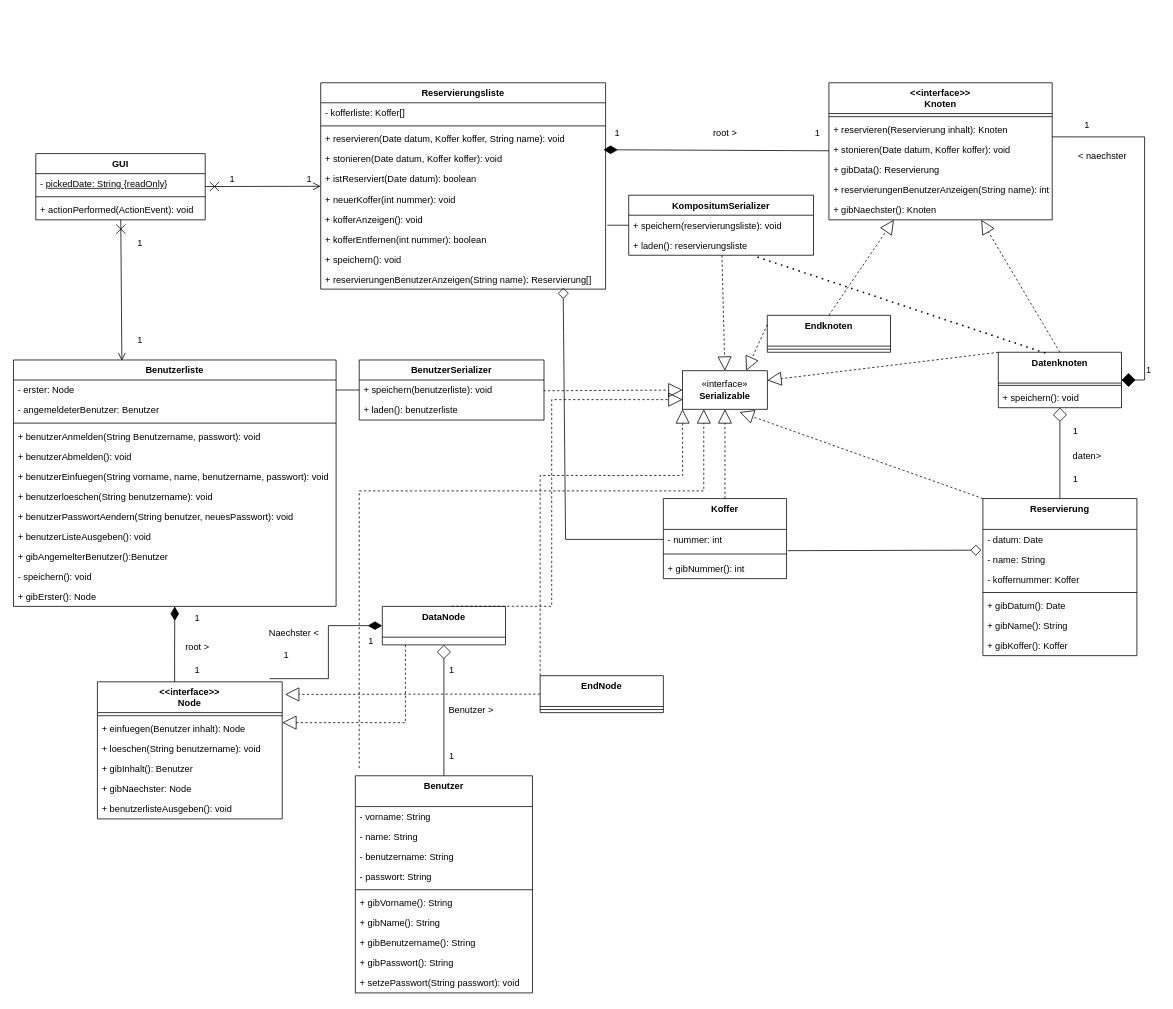
Klette80/Ipadkofferleihsystem keeps this draw.io diagram as Klassendiagramm.drawio. Above is the earlier version. Source tidied: cells renumbered, new cells numbered last; positions are measured from the earlier drawing's top-left corner, leaving out a move shared by most shapes. Both pictures are drawn from the tidied source at 77%, with x=0, y=0 at pixel (13, 82).
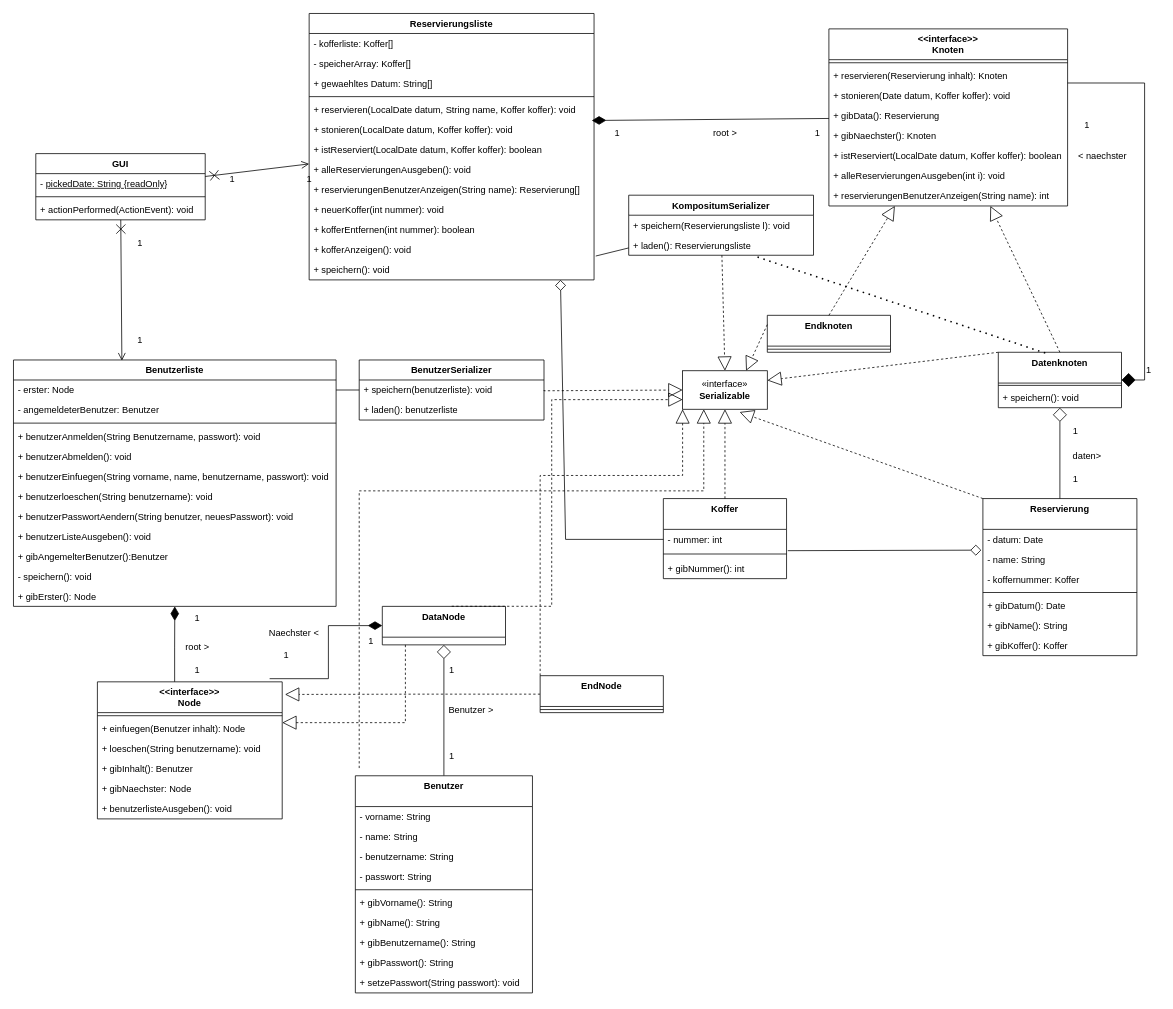
The same page after the edit.

The change refers to these unchanged cells:
```xml
<mxCell id="43" value="- nummer: int" style="text;strokeColor=none;fillColor=none;align=left;verticalAlign=top;spacingLeft=4;spacingRight=4;overflow=hidden;points=[[0,0.5],[1,0.5]];portConstraint=eastwest;" parent="42" vertex="1">
  <mxGeometry y="40" width="160" height="26" as="geometry" />
</mxCell>
<mxCell id="51" value="KompositumSerializer" style="swimlane;fontStyle=1;align=center;verticalAlign=top;horizontal=1;startSize=26;whiteSpace=wrap;html=1;" parent="1" vertex="1">
  <mxGeometry x="799" y="146" width="240" height="78" as="geometry" />
</mxCell>
```

What changed in the source:
```diff
@@
     <mxCell id="10" value="Reservierungsliste" style="swimlane;fontStyle=1;align=center;verticalAlign=top;horizontal=1;startSize=26;" parent="1" vertex="1">
-      <mxGeometry x="399" width="370" height="268" as="geometry" />
+      <mxGeometry x="384" y="-90" width="370" height="346" as="geometry" />
     </mxCell>
@@
+    <mxCell id="130" value="- speicherArray: Koffer[]" style="text;strokeColor=none;fillColor=none;align=left;verticalAlign=top;spacingLeft=4;spacingRight=4;overflow=hidden;" parent="10" vertex="1">
+      <mxGeometry y="52" width="370" height="26" as="geometry" />
+    </mxCell>
+    <mxCell id="131" value="+ gewaehltes Datum: String[]" style="text;strokeColor=none;fillColor=none;align=left;verticalAlign=top;spacingLeft=4;spacingRight=4;overflow=hidden;" parent="10" vertex="1">
+      <mxGeometry y="78" width="370" height="26" as="geometry" />
+    </mxCell>
     <mxCell id="12" style="line;strokeWidth=1;fillColor=none;align=left;verticalAlign=middle;spacingTop=-1;spacingLeft=3;spacingRight=3;labelPosition=right;strokeColor=inherit;" parent="10" vertex="1">
-      <mxGeometry y="52" width="370" height="8" as="geometry" />
+      <mxGeometry y="104" width="370" height="8" as="geometry" />
     </mxCell>
-    <mxCell id="13" value="+ reservieren(Date datum, Koffer koffer, String name): void" style="text;strokeColor=none;fillColor=none;align=left;verticalAlign=top;spacingLeft=4;spacingRight=4;overflow=hidden;" parent="10" vertex="1">
-      <mxGeometry y="60" width="370" height="26" as="geometry" />
+    <mxCell id="13" value="+ reservieren(LocalDate datum, String name, Koffer koffer): void" style="text;strokeColor=none;fillColor=none;align=left;verticalAlign=top;spacingLeft=4;spacingRight=4;overflow=hidden;" parent="10" vertex="1">
+      <mxGeometry y="112" width="370" height="26" as="geometry" />
     </mxCell>
-    <mxCell id="14" value="+ stonieren(Date datum, Koffer koffer): void" style="text;strokeColor=none;fillColor=none;align=left;verticalAlign=top;spacingLeft=4;spacingRight=4;overflow=hidden;points=[[0,0.5],[1,0.5]];portConstraint=eastwest;" parent="10" vertex="1">
-      <mxGeometry y="86" width="370" height="26" as="geometry" />
+    <mxCell id="14" value="+ stonieren(LocalDate datum, Koffer koffer): void" style="text;strokeColor=none;fillColor=none;align=left;verticalAlign=top;spacingLeft=4;spacingRight=4;overflow=hidden;points=[[0,0.5],[1,0.5]];portConstraint=eastwest;" parent="10" vertex="1">
+      <mxGeometry y="138" width="370" height="26" as="geometry" />
     </mxCell>
-    <mxCell id="15" value="+ istReserviert(Date datum): boolean" style="text;strokeColor=none;fillColor=none;align=left;verticalAlign=top;spacingLeft=4;spacingRight=4;overflow=hidden;" parent="10" vertex="1">
-      <mxGeometry y="112" width="370" height="26" as="geometry" />
+    <mxCell id="15" value="+ istReserviert(LocalDate datum, Koffer koffer): boolean" style="text;strokeColor=none;fillColor=none;align=left;verticalAlign=top;spacingLeft=4;spacingRight=4;overflow=hidden;" parent="10" vertex="1">
+      <mxGeometry y="164" width="370" height="26" as="geometry" />
     </mxCell>
+    <mxCell id="132" value="+ alleReservierungenAusgeben(): void" style="text;strokeColor=none;fillColor=none;align=left;verticalAlign=top;spacingLeft=4;spacingRight=4;overflow=hidden;" parent="10" vertex="1">
+      <mxGeometry y="190" width="370" height="26" as="geometry" />
+    </mxCell>
+    <mxCell id="20" value="+ reservierungenBenutzerAnzeigen(String name): Reservierung[]" style="text;strokeColor=none;fillColor=none;align=left;verticalAlign=top;spacingLeft=4;spacingRight=4;overflow=hidden;points=[[0,0.5],[1,0.5]];portConstraint=eastwest;" parent="10" vertex="1">
+      <mxGeometry y="216" width="370" height="26" as="geometry" />
+    </mxCell>
     <mxCell id="16" value="+ neuerKoffer(int nummer): void" style="text;strokeColor=none;fillColor=none;align=left;verticalAlign=top;spacingLeft=4;spacingRight=4;overflow=hidden;" parent="10" vertex="1">
-      <mxGeometry y="138" width="370" height="26" as="geometry" />
+      <mxGeometry y="242" width="370" height="26" as="geometry" />
     </mxCell>
+    <mxCell id="18" value="+ kofferEntfernen(int nummer): boolean" style="text;strokeColor=none;fillColor=none;align=left;verticalAlign=top;spacingLeft=4;spacingRight=4;overflow=hidden;" parent="10" vertex="1">
+      <mxGeometry y="268" width="370" height="26" as="geometry" />
+    </mxCell>
     <mxCell id="17" value="+ kofferAnzeigen(): void" style="text;strokeColor=none;fillColor=none;align=left;verticalAlign=top;spacingLeft=4;spacingRight=4;overflow=hidden;points=[[0,0.5],[1,0.5]];portConstraint=eastwest;" parent="10" vertex="1">
-      <mxGeometry y="164" width="370" height="26" as="geometry" />
+      <mxGeometry y="294" width="370" height="26" as="geometry" />
     </mxCell>
-    <mxCell id="18" value="+ kofferEntfernen(int nummer): boolean" style="text;strokeColor=none;fillColor=none;align=left;verticalAlign=top;spacingLeft=4;spacingRight=4;overflow=hidden;" parent="10" vertex="1">
-      <mxGeometry y="190" width="370" height="26" as="geometry" />
-    </mxCell>
     <mxCell id="19" value="+ speichern(): void" style="text;strokeColor=none;fillColor=none;align=left;verticalAlign=top;spacingLeft=4;spacingRight=4;overflow=hidden;points=[[0,0.5],[1,0.5]];portConstraint=eastwest;" parent="10" vertex="1">
-      <mxGeometry y="216" width="370" height="26" as="geometry" />
+      <mxGeometry y="320" width="370" height="26" as="geometry" />
     </mxCell>
-    <mxCell id="20" value="+ reservierungenBenutzerAnzeigen(String name): Reservierung[]" style="text;strokeColor=none;fillColor=none;align=left;verticalAlign=top;spacingLeft=4;spacingRight=4;overflow=hidden;points=[[0,0.5],[1,0.5]];portConstraint=eastwest;" parent="10" vertex="1">
-      <mxGeometry y="242" width="370" height="26" as="geometry" />
-    </mxCell>
@@
     <mxCell id="29" value="&lt;&lt;interface&gt;&gt;&#10;Knoten" style="swimlane;fontStyle=1;align=center;verticalAlign=top;horizontal=1;startSize=40;" parent="1" vertex="1">
-      <mxGeometry x="1059" width="290" height="178" as="geometry" />
+      <mxGeometry x="1059" y="-70" width="310" height="230" as="geometry" />
     </mxCell>
     <mxCell id="30" style="line;strokeWidth=1;fillColor=none;align=left;verticalAlign=middle;spacingTop=-1;spacingLeft=3;spacingRight=3;labelPosition=right;strokeColor=inherit;" parent="29" vertex="1">
-      <mxGeometry y="40" width="290" height="8" as="geometry" />
+      <mxGeometry y="40" width="310" height="8" as="geometry" />
     </mxCell>
     <mxCell id="31" value="+ reservieren(Reservierung inhalt): Knoten" style="text;strokeColor=none;fillColor=none;align=left;verticalAlign=top;spacingLeft=4;spacingRight=4;overflow=hidden;points=[[0,0.5],[1,0.5]];portConstraint=eastwest;" parent="29" vertex="1">
-      <mxGeometry y="48" width="290" height="26" as="geometry" />
+      <mxGeometry y="48" width="310" height="26" as="geometry" />
     </mxCell>
     <mxCell id="32" value="+ stonieren(Date datum, Koffer koffer): void" style="text;strokeColor=none;fillColor=none;align=left;verticalAlign=top;spacingLeft=4;spacingRight=4;overflow=hidden;" parent="29" vertex="1">
-      <mxGeometry y="74" width="290" height="26" as="geometry" />
+      <mxGeometry y="74" width="310" height="26" as="geometry" />
     </mxCell>
     <mxCell id="33" value="+ gibData(): Reservierung" style="text;strokeColor=none;fillColor=none;align=left;verticalAlign=top;spacingLeft=4;spacingRight=4;overflow=hidden;" parent="29" vertex="1">
-      <mxGeometry y="100" width="290" height="26" as="geometry" />
+      <mxGeometry y="100" width="310" height="26" as="geometry" />
     </mxCell>
+    <mxCell id="35" value="+ gibNaechster(): Knoten" style="text;strokeColor=none;fillColor=none;align=left;verticalAlign=top;spacingLeft=4;spacingRight=4;overflow=hidden;" parent="29" vertex="1">
+      <mxGeometry y="126" width="310" height="26" as="geometry" />
+    </mxCell>
+    <mxCell id="133" value="+ istReserviert(LocalDate datum, Koffer koffer): boolean" style="text;strokeColor=none;fillColor=none;align=left;verticalAlign=top;spacingLeft=4;spacingRight=4;overflow=hidden;" parent="29" vertex="1">
+      <mxGeometry y="152" width="310" height="26" as="geometry" />
+    </mxCell>
+    <mxCell id="134" value="+ alleReservierungenAusgeben(int i): void" style="text;strokeColor=none;fillColor=none;align=left;verticalAlign=top;spacingLeft=4;spacingRight=4;overflow=hidden;" parent="29" vertex="1">
+      <mxGeometry y="178" width="310" height="26" as="geometry" />
+    </mxCell>
     <mxCell id="34" value="+ reservierungenBenutzerAnzeigen(String name): int" style="text;strokeColor=none;fillColor=none;align=left;verticalAlign=top;spacingLeft=4;spacingRight=4;overflow=hidden;" parent="29" vertex="1">
-      <mxGeometry y="126" width="290" height="26" as="geometry" />
+      <mxGeometry y="204" width="310" height="26" as="geometry" />
     </mxCell>
-    <mxCell id="35" value="+ gibNaechster(): Knoten" style="text;strokeColor=none;fillColor=none;align=left;verticalAlign=top;spacingLeft=4;spacingRight=4;overflow=hidden;" parent="29" vertex="1">
-      <mxGeometry y="152" width="290" height="26" as="geometry" />
-    </mxCell>
@@
-    <mxCell id="50" style="endArrow=diamond;endSize=12;html=1;rounded=0;endFill=0;exitX=0;exitY=0.5;exitDx=0;exitDy=0;entryX=0.851;entryY=0.936;entryDx=0;entryDy=0;entryPerimeter=0;" parent="1" edge="1" source="43" target="20">
+    <mxCell id="50" style="endArrow=diamond;endSize=12;html=1;rounded=0;endFill=0;exitX=0;exitY=0.5;exitDx=0;exitDy=0;entryX=0.882;entryY=1;entryDx=0;entryDy=0;entryPerimeter=0;" parent="1" edge="1" source="43" target="19">
       <mxGeometry relative="1" as="geometry">
         <Array as="points">
           <mxPoint x="717" y="593" />
         </Array>
       </mxGeometry>
     </mxCell>
@@
-    <mxCell id="52" value="+ speichern(reservierungsliste): void" style="text;strokeColor=none;fillColor=none;align=left;verticalAlign=top;spacingLeft=4;spacingRight=4;overflow=hidden;whiteSpace=wrap;html=1;" parent="51" vertex="1">
+    <mxCell id="52" value="+ speichern(Reservierungsliste l): void" style="text;strokeColor=none;fillColor=none;align=left;verticalAlign=top;spacingLeft=4;spacingRight=4;overflow=hidden;whiteSpace=wrap;html=1;" parent="51" vertex="1">
       <mxGeometry y="26" width="240" height="26" as="geometry" />
     </mxCell>
-    <mxCell id="53" value="+ laden(): reservierungsliste" style="text;strokeColor=none;fillColor=none;align=left;verticalAlign=top;spacingLeft=4;spacingRight=4;overflow=hidden;points=[[0,0.5],[1,0.5]];portConstraint=eastwest;whiteSpace=wrap;html=1;" parent="51" vertex="1">
+    <mxCell id="53" value="+ laden(): Reservierungsliste" style="text;strokeColor=none;fillColor=none;align=left;verticalAlign=top;spacingLeft=4;spacingRight=4;overflow=hidden;points=[[0,0.5],[1,0.5]];portConstraint=eastwest;whiteSpace=wrap;html=1;" parent="51" vertex="1">
       <mxGeometry y="52" width="240" height="26" as="geometry" />
     </mxCell>
```
